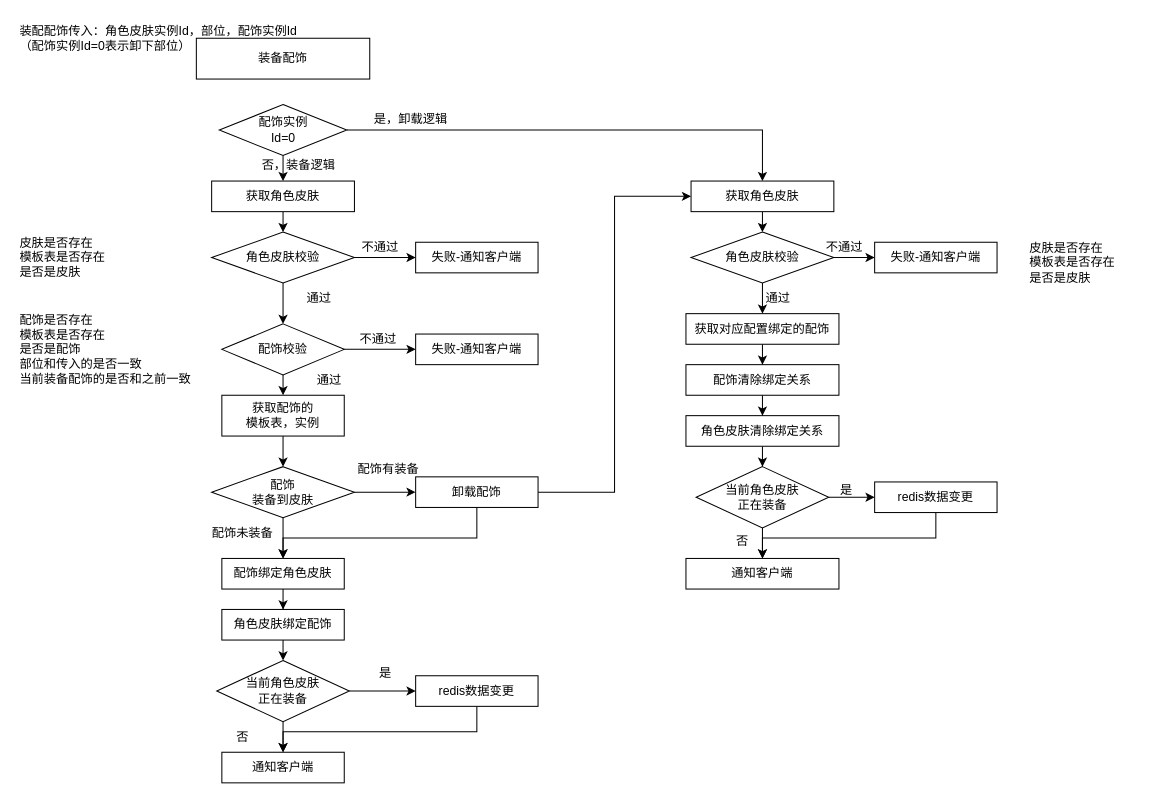
Earlier version of the draw.io diagram SSJJ2/SS2角色配饰系统.drawio (Ordertiny/graph). Source tidied: cells renumbered, new cells numbered last; positions are measured from the earlier drawing's top-left corner, leaving out a move shared by most shapes. Both pictures are drawn from the tidied source at 102%, with x=0, y=0 at pixel (17, 17).
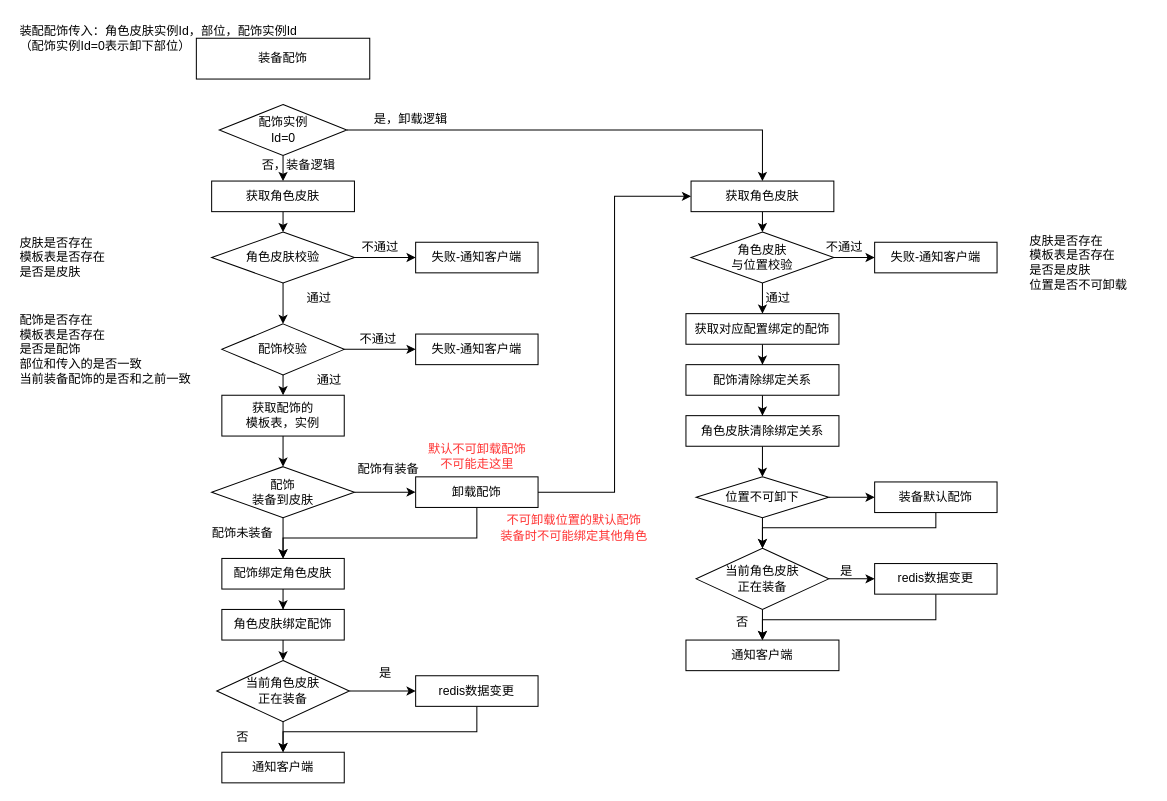
After the change.

Commit message (it also covers changes not shown here):
更新SS2角色配饰系统.drawio

The change refers to these unchanged cells:
```xml
<mxCell id="46" value="角色皮肤清除绑定关系" style="whiteSpace=wrap;html=1;" parent="1" vertex="1">
  <mxGeometry x="655" y="390" width="150" height="30" as="geometry" />
</mxCell>
```

Change to the diagram source:
```diff
@@
-    <mxCell id="39" value="角色皮肤校验" style="rhombus;whiteSpace=wrap;html=1;" parent="1" vertex="1">
+    <mxCell id="39" value="角色皮肤&lt;div&gt;与位置校验&lt;/div&gt;" style="rhombus;whiteSpace=wrap;html=1;" parent="1" vertex="1">
       <mxGeometry x="660" y="210" width="140" height="50" as="geometry" />
     </mxCell>
-    <mxCell id="40" value="皮肤是否存在&lt;div&gt;模板表是否存在&lt;/div&gt;&lt;div&gt;是否是皮肤&lt;/div&gt;" style="text;html=1;align=left;verticalAlign=middle;strokeColor=none;fillColor=none;" parent="1" vertex="1">
-      <mxGeometry x="990" y="210" width="110" height="60" as="geometry" />
+    <mxCell id="40" value="皮肤是否存在&lt;div&gt;模板表是否存在&lt;/div&gt;&lt;div&gt;是否是皮肤&lt;/div&gt;&lt;div&gt;位置是否不可卸载&lt;/div&gt;" style="text;html=1;align=left;verticalAlign=middle;strokeColor=none;fillColor=none;" parent="1" vertex="1">
+      <mxGeometry x="990" y="205" width="120" height="70" as="geometry" />
     </mxCell>
@@
-    <mxCell id="45" style="edgeStyle=orthogonalEdgeStyle;rounded=0;jettySize=auto;html=1;exitX=0.5;exitY=1;exitDx=0;exitDy=0;" parent="1" edge="1" source="46" target="50">
-      <mxGeometry relative="1" as="geometry" />
-    </mxCell>
+    <mxCell id="70" style="edgeStyle=orthogonalEdgeStyle;rounded=0;jettySize=auto;html=1;exitX=0.5;exitY=1;exitDx=0;exitDy=0;entryX=0.5;entryY=0;entryDx=0;entryDy=0;" parent="1" edge="1" source="46" target="74">
+      <mxGeometry relative="1" as="geometry" />
+    </mxCell>
@@
     <mxCell id="47" value="通知客户端" style="whiteSpace=wrap;html=1;" parent="1" vertex="1">
-      <mxGeometry x="655" y="530" width="150" height="30" as="geometry" />
+      <mxGeometry x="655" y="610" width="150" height="30" as="geometry" />
     </mxCell>
@@
     <mxCell id="50" value="当前角色皮肤&lt;div&gt;正在装备&lt;/div&gt;" style="rhombus;whiteSpace=wrap;html=1;" parent="1" vertex="1">
-      <mxGeometry x="665" y="440" width="130" height="60" as="geometry" />
+      <mxGeometry x="665" y="520" width="130" height="60" as="geometry" />
     </mxCell>
     <mxCell id="51" style="edgeStyle=orthogonalEdgeStyle;rounded=0;jettySize=auto;html=1;exitX=0.5;exitY=1;exitDx=0;exitDy=0;entryX=0.5;entryY=0;entryDx=0;entryDy=0;" parent="1" edge="1" source="52" target="47">
       <mxGeometry relative="1" as="geometry">
         <Array as="points">
-          <mxPoint x="900" y="510" />
-          <mxPoint x="730" y="510" />
+          <mxPoint x="900" y="590" />
+          <mxPoint x="730" y="590" />
         </Array>
       </mxGeometry>
     </mxCell>
     <mxCell id="52" value="redis数据变更" style="rounded=0;whiteSpace=wrap;html=1;" parent="1" vertex="1">
-      <mxGeometry x="840" y="455" width="120" height="30" as="geometry" />
+      <mxGeometry x="840" y="535" width="120" height="30" as="geometry" />
     </mxCell>
     <mxCell id="53" value="是" style="text;html=1;align=center;verticalAlign=middle;strokeColor=none;fillColor=none;" parent="1" vertex="1">
-      <mxGeometry x="792" y="448" width="40" height="30" as="geometry" />
+      <mxGeometry x="792" y="528" width="40" height="30" as="geometry" />
     </mxCell>
@@
     <mxCell id="68" value="否" style="text;html=1;align=center;verticalAlign=middle;strokeColor=none;fillColor=none;" parent="1" vertex="1">
-      <mxGeometry x="690" y="498" width="40" height="30" as="geometry" />
+      <mxGeometry x="690" y="578" width="40" height="30" as="geometry" />
     </mxCell>
@@
+    <mxCell id="71" value="默认不可卸载配饰&lt;div&gt;不可能走这里&lt;/div&gt;" style="text;html=1;align=center;verticalAlign=middle;strokeColor=none;fillColor=none;fontColor=#FF3333;" parent="1" vertex="1">
+      <mxGeometry x="390" y="410" width="120" height="40" as="geometry" />
+    </mxCell>
+    <mxCell id="72" style="edgeStyle=orthogonalEdgeStyle;rounded=0;jettySize=auto;html=1;exitX=0.5;exitY=1;exitDx=0;exitDy=0;entryX=0.5;entryY=0;entryDx=0;entryDy=0;" parent="1" edge="1" source="74" target="50">
+      <mxGeometry relative="1" as="geometry" />
+    </mxCell>
+    <mxCell id="73" style="edgeStyle=orthogonalEdgeStyle;rounded=0;jettySize=auto;html=1;exitX=1;exitY=0.5;exitDx=0;exitDy=0;" parent="1" edge="1" source="74" target="76">
+      <mxGeometry relative="1" as="geometry" />
+    </mxCell>
+    <mxCell id="74" value="位置不可卸下" style="rhombus;whiteSpace=wrap;html=1;" parent="1" vertex="1">
+      <mxGeometry x="665" y="450" width="130" height="40" as="geometry" />
+    </mxCell>
+    <mxCell id="75" style="edgeStyle=orthogonalEdgeStyle;rounded=0;jettySize=auto;html=1;exitX=0.5;exitY=1;exitDx=0;exitDy=0;entryX=0.5;entryY=0;entryDx=0;entryDy=0;" parent="1" edge="1" source="76" target="50">
+      <mxGeometry relative="1" as="geometry">
+        <Array as="points">
+          <mxPoint x="900" y="500" />
+          <mxPoint x="730" y="500" />
+        </Array>
+      </mxGeometry>
+    </mxCell>
+    <mxCell id="76" value="装备默认配饰" style="whiteSpace=wrap;html=1;" parent="1" vertex="1">
+      <mxGeometry x="840" y="455" width="120" height="30" as="geometry" />
+    </mxCell>
+    <mxCell id="77" value="不可卸载位置的默认配饰&lt;div&gt;装备时不可能绑定其他角色&lt;/div&gt;" style="text;html=1;align=center;verticalAlign=middle;strokeColor=none;fillColor=none;fontColor=#FF3333;" parent="1" vertex="1">
+      <mxGeometry x="460" y="480" width="170" height="40" as="geometry" />
+    </mxCell>
```
